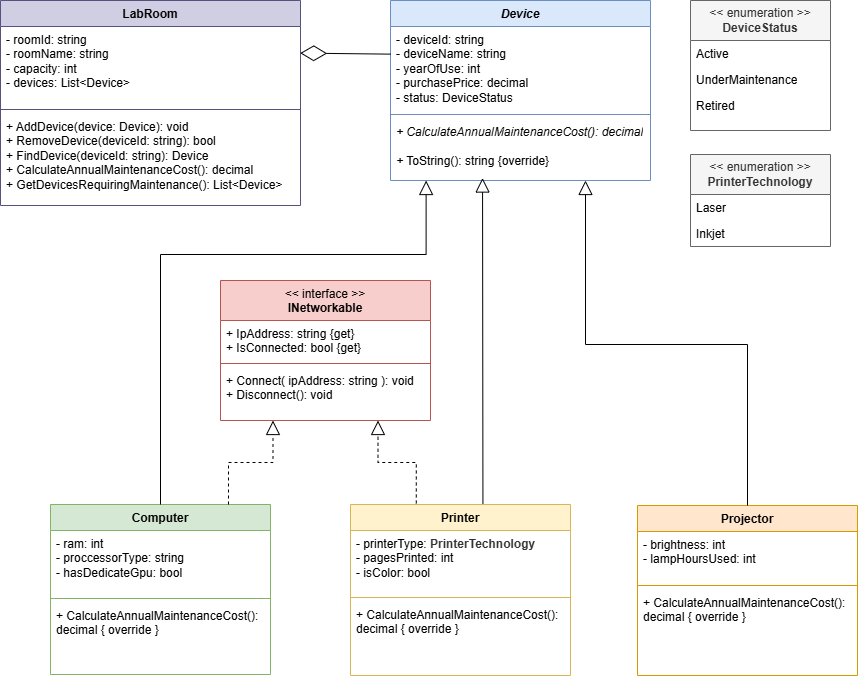
Vithx06/OOP_LAB keeps this draw.io diagram as LAB_05/UML/UML.png. Above is the earlier version. Source tidied: cells renumbered, new cells last; positions are measured from the earlier drawing's top-left corner, leaving out a move shared by most shapes.
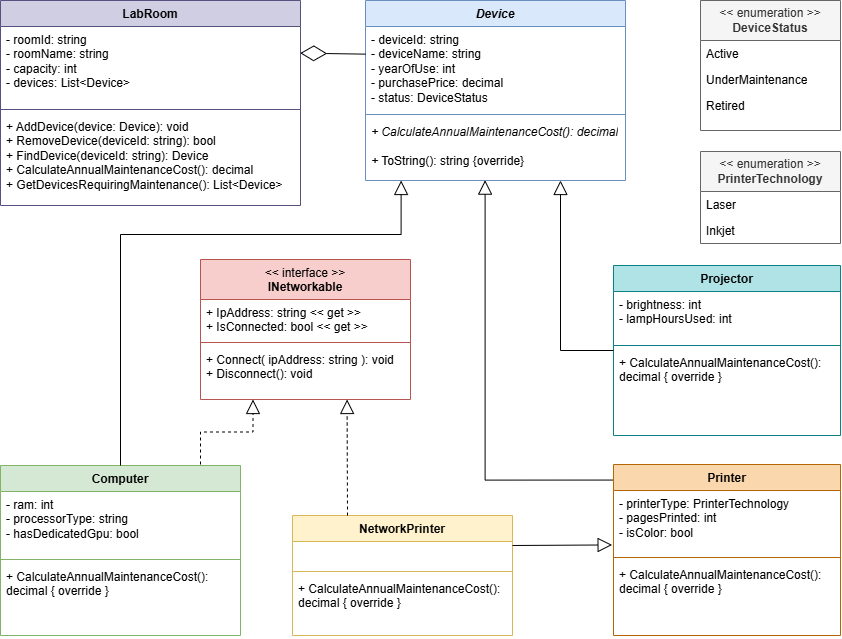
Later version of the same file.

Commit message:
Update interface and UML

Diff of the diagram source:
```diff
@@ -3,9 +3,9 @@
     <mxCell id="0" />
     <mxCell id="1" parent="0" />
     <mxCell id="2" value="&lt;i&gt;Device&lt;/i&gt;" style="swimlane;fontStyle=1;align=center;verticalAlign=top;horizontal=1;startSize=26;whiteSpace=wrap;html=1;fillColor=#dae8fc;strokeColor=#6c8ebf;" parent="1" vertex="1">
-      <mxGeometry x="390" width="260" height="180" as="geometry" />
+      <mxGeometry x="389" width="260" height="180" as="geometry" />
     </mxCell>
-    <mxCell id="3" value="- deviceId: string&lt;div&gt;- deviceName: string&lt;/div&gt;&lt;div&gt;- yearOfUse: int&lt;/div&gt;&lt;div&gt;- purchasePrice: decimal&lt;/div&gt;&lt;div&gt;- status: DeviceStatus&lt;/div&gt;" style="text;strokeColor=none;fillColor=none;align=left;verticalAlign=top;spacingLeft=4;spacingRight=4;overflow=hidden;points=[[0,0.5],[1,0.5]];portConstraint=eastwest;whiteSpace=wrap;html=1;" parent="2" vertex="1">
+    <mxCell id="3" value="&lt;div&gt;- deviceId: string&amp;nbsp;&lt;/div&gt;&lt;div&gt;- deviceName: string&amp;nbsp;&lt;/div&gt;&lt;div&gt;- yearOfUse: int&amp;nbsp;&lt;/div&gt;&lt;div&gt;- purchasePrice: decimal&amp;nbsp;&lt;/div&gt;&lt;div&gt;- status: DeviceStatus&amp;nbsp;&lt;/div&gt;" style="text;strokeColor=none;fillColor=none;align=left;verticalAlign=top;spacingLeft=4;spacingRight=4;overflow=hidden;points=[[0,0.5],[1,0.5]];portConstraint=eastwest;whiteSpace=wrap;html=1;" parent="2" vertex="1">
       <mxGeometry y="26" width="260" height="84" as="geometry" />
     </mxCell>
     <mxCell id="4" style="line;strokeWidth=1;fillColor=none;align=left;verticalAlign=middle;spacingTop=-1;spacingLeft=3;spacingRight=3;labelPosition=right;strokeColor=inherit;" parent="2" vertex="1">
@@ -15,7 +15,7 @@
       <mxGeometry y="118" width="260" height="62" as="geometry" />
     </mxCell>
     <mxCell id="6" value="&lt;div&gt;&amp;lt;&amp;lt; enumeration &amp;gt;&amp;gt;&lt;/div&gt;&lt;div&gt;&lt;b&gt;DeviceStatus&lt;/b&gt;&lt;/div&gt;" style="swimlane;fontStyle=0;horizontal=1;startSize=40;fillColor=#f5f5f5;whiteSpace=wrap;html=1;fontColor=#333333;strokeColor=#666666;" parent="1" vertex="1">
-      <mxGeometry x="690" width="140" height="130" as="geometry" />
+      <mxGeometry x="724" width="140" height="130" as="geometry" />
     </mxCell>
     <mxCell id="7" value="Active" style="text;strokeColor=none;fillColor=none;align=left;verticalAlign=top;spacingLeft=4;spacingRight=4;overflow=hidden;whiteSpace=wrap;html=1;" parent="6" vertex="1">
       <mxGeometry y="40" width="140" height="26" as="geometry" />
@@ -27,19 +27,19 @@
       <mxGeometry y="92" width="140" height="38" as="geometry" />
     </mxCell>
     <mxCell id="10" value="Computer" style="swimlane;fontStyle=1;align=center;verticalAlign=top;horizontal=1;startSize=26;whiteSpace=wrap;html=1;fillColor=#d5e8d4;strokeColor=#82b366;" parent="1" vertex="1">
-      <mxGeometry x="50" y="504" width="220" height="170" as="geometry" />
+      <mxGeometry x="24" y="465" width="240" height="170" as="geometry" />
     </mxCell>
-    <mxCell id="11" value="- ram: int&lt;div&gt;- proccessorType: string&lt;/div&gt;&lt;div&gt;- hasDedicateGpu: bool&lt;/div&gt;" style="text;strokeColor=none;fillColor=none;align=left;verticalAlign=top;spacingLeft=4;spacingRight=4;overflow=hidden;whiteSpace=wrap;html=1;" parent="10" vertex="1">
-      <mxGeometry y="26" width="220" height="64" as="geometry" />
+    <mxCell id="11" value="&lt;div&gt;- ram: int&amp;nbsp;&lt;/div&gt;&lt;div&gt;- processorType: string&amp;nbsp;&lt;/div&gt;&lt;div&gt;- hasDedicatedGpu: bool&amp;nbsp;&lt;/div&gt;" style="text;strokeColor=none;fillColor=none;align=left;verticalAlign=top;spacingLeft=4;spacingRight=4;overflow=hidden;whiteSpace=wrap;html=1;" parent="10" vertex="1">
+      <mxGeometry y="26" width="240" height="64" as="geometry" />
     </mxCell>
     <mxCell id="12" style="line;strokeWidth=1;fillColor=none;align=left;verticalAlign=middle;spacingTop=-1;spacingLeft=3;spacingRight=3;labelPosition=right;strokeColor=inherit;" parent="10" vertex="1">
-      <mxGeometry y="90" width="220" height="8" as="geometry" />
+      <mxGeometry y="90" width="240" height="8" as="geometry" />
     </mxCell>
     <mxCell id="13" value="+&amp;nbsp;CalculateAnnualMaintenanceCost(): decimal { override }" style="text;strokeColor=none;fillColor=none;align=left;verticalAlign=top;spacingLeft=4;spacingRight=4;overflow=hidden;whiteSpace=wrap;html=1;" parent="10" vertex="1">
-      <mxGeometry y="98" width="220" height="72" as="geometry" />
+      <mxGeometry y="98" width="240" height="72" as="geometry" />
     </mxCell>
     <mxCell id="14" value="&lt;div&gt;&amp;lt;&amp;lt; enumeration &amp;gt;&amp;gt;&lt;/div&gt;&lt;div&gt;&lt;b&gt;PrinterTechnology&lt;/b&gt;&lt;/div&gt;" style="swimlane;fontStyle=0;horizontal=1;startSize=40;fillColor=#f5f5f5;whiteSpace=wrap;html=1;fontColor=#333333;strokeColor=#666666;" parent="1" vertex="1">
-      <mxGeometry x="690" y="154" width="140" height="92" as="geometry" />
+      <mxGeometry x="724" y="151" width="140" height="92" as="geometry" />
     </mxCell>
     <mxCell id="15" value="Laser" style="text;strokeColor=none;fillColor=none;align=left;verticalAlign=top;spacingLeft=4;spacingRight=4;overflow=hidden;whiteSpace=wrap;html=1;" parent="14" vertex="1">
       <mxGeometry y="40" width="140" height="26" as="geometry" />
@@ -47,25 +47,25 @@
     <mxCell id="16" value="Inkjet" style="text;strokeColor=none;fillColor=none;align=left;verticalAlign=top;spacingLeft=4;spacingRight=4;overflow=hidden;whiteSpace=wrap;html=1;" parent="14" vertex="1">
       <mxGeometry y="66" width="140" height="26" as="geometry" />
     </mxCell>
-    <mxCell id="17" value="Projector" style="swimlane;fontStyle=1;align=center;verticalAlign=top;horizontal=1;startSize=26;whiteSpace=wrap;html=1;fillColor=#ffe6cc;strokeColor=#d79b00;" parent="1" vertex="1">
-      <mxGeometry x="637" y="505" width="220" height="170" as="geometry" />
+    <mxCell id="17" value="Projector" style="swimlane;fontStyle=1;align=center;verticalAlign=top;horizontal=1;startSize=26;whiteSpace=wrap;html=1;fillColor=#b0e3e6;strokeColor=#0e8088;" parent="1" vertex="1">
+      <mxGeometry x="637" y="265" width="227" height="170" as="geometry" />
     </mxCell>
-    <mxCell id="18" value="- brightness: int&lt;div&gt;- lampHoursUsed: int&lt;/div&gt;" style="text;strokeColor=none;fillColor=none;align=left;verticalAlign=top;spacingLeft=4;spacingRight=4;overflow=hidden;whiteSpace=wrap;html=1;" parent="17" vertex="1">
-      <mxGeometry y="26" width="220" height="50" as="geometry" />
+    <mxCell id="18" value="&lt;div&gt;- brightness: int&lt;/div&gt;&lt;div&gt;- lampHoursUsed: int&lt;/div&gt;" style="text;strokeColor=none;fillColor=none;align=left;verticalAlign=top;spacingLeft=4;spacingRight=4;overflow=hidden;whiteSpace=wrap;html=1;" parent="17" vertex="1">
+      <mxGeometry y="26" width="227" height="50" as="geometry" />
     </mxCell>
     <mxCell id="19" style="line;strokeWidth=1;fillColor=none;align=left;verticalAlign=middle;spacingTop=-1;spacingLeft=3;spacingRight=3;labelPosition=right;strokeColor=inherit;" parent="17" vertex="1">
-      <mxGeometry y="76" width="220" height="8" as="geometry" />
+      <mxGeometry y="76" width="227" height="8" as="geometry" />
     </mxCell>
     <mxCell id="20" value="+ CalculateAnnualMaintenanceCost(): decimal { override }" style="text;strokeColor=none;fillColor=none;align=left;verticalAlign=top;spacingLeft=4;spacingRight=4;overflow=hidden;whiteSpace=wrap;html=1;" parent="17" vertex="1">
-      <mxGeometry y="84" width="220" height="86" as="geometry" />
+      <mxGeometry y="84" width="227" height="86" as="geometry" />
     </mxCell>
-    <mxCell id="21" style="endArrow=block;endFill=0;endSize=12;html=1;rounded=0;exitX=0.602;exitY=0.01;exitDx=0;exitDy=0;exitPerimeter=0;entryX=0.354;entryY=0.96;entryDx=0;entryDy=0;entryPerimeter=0;" parent="1" edge="1" source="27" target="5">
-      <mxGeometry relative="1" as="geometry" />
+    <mxCell id="21" style="endArrow=block;endFill=0;endSize=12;html=1;rounded=0;exitX=0;exitY=0.091;exitDx=0;exitDy=0;entryX=0.46;entryY=0.994;entryDx=0;entryDy=0;entryPerimeter=0;edgeStyle=orthogonalEdgeStyle;exitPerimeter=0;" parent="1" edge="1" source="27" target="5">
+      <mxGeometry x="-0.06" relative="1" as="geometry" />
     </mxCell>
     <mxCell id="22" value="LabRoom" style="swimlane;fontStyle=1;align=center;verticalAlign=top;horizontal=1;startSize=26;whiteSpace=wrap;html=1;fillColor=#d0cee2;strokeColor=#56517e;" parent="1" vertex="1">
-      <mxGeometry width="300" height="205" as="geometry" />
+      <mxGeometry x="24" width="300" height="205" as="geometry" />
     </mxCell>
-    <mxCell id="23" value="- roomId: string&lt;div&gt;- roomName: string&lt;/div&gt;&lt;div&gt;- capacity: int&lt;/div&gt;&lt;div&gt; - devices: List&amp;lt;Device&amp;gt; &lt;/div&gt;" style="text;strokeColor=none;fillColor=none;align=left;verticalAlign=top;spacingLeft=4;spacingRight=4;overflow=hidden;points=[[0,0.5],[1,0.5]];portConstraint=eastwest;whiteSpace=wrap;html=1;" parent="22" vertex="1">
+    <mxCell id="23" value="&lt;div&gt;- roomId: string&amp;nbsp;&lt;/div&gt;&lt;div&gt;- roomName: string&amp;nbsp;&lt;/div&gt;&lt;div&gt;- capacity: int&amp;nbsp;&lt;/div&gt;&lt;div&gt;- devices: List&amp;lt;Device&amp;gt;&amp;nbsp;&lt;/div&gt;" style="text;strokeColor=none;fillColor=none;align=left;verticalAlign=top;spacingLeft=4;spacingRight=4;overflow=hidden;points=[[0,0.5],[1,0.5]];portConstraint=eastwest;whiteSpace=wrap;html=1;" parent="22" vertex="1">
       <mxGeometry y="26" width="300" height="79" as="geometry" />
     </mxCell>
     <mxCell id="24" style="line;strokeWidth=1;fillColor=none;align=left;verticalAlign=middle;spacingTop=-1;spacingLeft=3;spacingRight=3;labelPosition=right;strokeColor=inherit;" parent="22" vertex="1">
@@ -77,28 +77,27 @@
     <mxCell id="26" style="endArrow=diamondThin;endFill=0;endSize=24;html=1;rounded=0;exitX=0;exitY=0.329;exitDx=0;exitDy=0;entryX=0.999;entryY=0.337;entryDx=0;entryDy=0;exitPerimeter=0;entryPerimeter=0;" parent="1" edge="1" source="3" target="23">
       <mxGeometry relative="1" as="geometry" />
     </mxCell>
-    <mxCell id="27" value="Printer" style="swimlane;fontStyle=1;align=center;verticalAlign=top;horizontal=1;startSize=26;whiteSpace=wrap;html=1;fillColor=#fff2cc;strokeColor=#d6b656;" parent="1" vertex="1">
-      <mxGeometry x="350" y="504" width="220" height="171" as="geometry" />
+    <mxCell id="27" value="Printer" style="swimlane;fontStyle=1;align=center;verticalAlign=top;horizontal=1;startSize=26;whiteSpace=wrap;html=1;fillColor=#fad7ac;strokeColor=#b46504;" parent="1" vertex="1">
+      <mxGeometry x="637" y="464" width="227" height="171" as="geometry" />
     </mxCell>
-    <mxCell id="28" value="- printerType:&amp;nbsp;&lt;b style=&quot;color: rgb(51, 51, 51); text-align: center;&quot;&gt;PrinterTechnology&lt;/b&gt;&lt;div&gt;- pagesPrinted: int&lt;/div&gt;&lt;div&gt;- isColor: bool&lt;/div&gt;" style="text;strokeColor=none;fillColor=none;align=left;verticalAlign=top;spacingLeft=4;spacingRight=4;overflow=hidden;points=[[0,0.5],[1,0.5]];portConstraint=eastwest;whiteSpace=wrap;html=1;" parent="27" vertex="1">
-      <mxGeometry y="26" width="220" height="63" as="geometry" />
+    <mxCell id="28" value="&lt;div&gt;- printerType: PrinterTechnology&amp;nbsp;&lt;/div&gt;&lt;div&gt;- pagesPrinted: int&amp;nbsp;&lt;/div&gt;&lt;div&gt;- isColor: bool&amp;nbsp;&lt;/div&gt;" style="text;strokeColor=none;fillColor=none;align=left;verticalAlign=top;spacingLeft=4;spacingRight=4;overflow=hidden;points=[[0,0.5],[1,0.5]];portConstraint=eastwest;whiteSpace=wrap;html=1;" parent="27" vertex="1">
+      <mxGeometry y="26" width="227" height="63" as="geometry" />
     </mxCell>
     <mxCell id="29" style="line;strokeWidth=1;fillColor=none;align=left;verticalAlign=middle;spacingTop=-1;spacingLeft=3;spacingRight=3;labelPosition=right;strokeColor=inherit;" parent="27" vertex="1">
-      <mxGeometry y="89" width="220" height="8" as="geometry" />
+      <mxGeometry y="89" width="227" height="8" as="geometry" />
     </mxCell>
     <mxCell id="30" value="+ CalculateAnnualMaintenanceCost(): decimal { override }" style="text;strokeColor=none;fillColor=none;align=left;verticalAlign=top;spacingLeft=4;spacingRight=4;overflow=hidden;whiteSpace=wrap;html=1;" parent="27" vertex="1">
-      <mxGeometry y="97" width="220" height="74" as="geometry" />
+      <mxGeometry y="97" width="227" height="74" as="geometry" />
     </mxCell>
-    <mxCell id="31" style="endArrow=block;dashed=1;endFill=0;endSize=12;html=1;rounded=0;exitX=0.809;exitY=0;exitDx=0;exitDy=0;entryX=0.25;entryY=1;entryDx=0;entryDy=0;edgeStyle=orthogonalEdgeStyle;exitPerimeter=0;" parent="1" edge="1" source="10" target="33">
-      <mxGeometry x="-0.08" relative="1" as="geometry" />
+    <mxCell id="31" style="endArrow=block;dashed=1;endFill=0;endSize=12;html=1;rounded=0;entryX=0.25;entryY=1;entryDx=0;entryDy=0;edgeStyle=orthogonalEdgeStyle;" parent="1" edge="1" target="33">
+      <mxGeometry x="-0.08" relative="1" as="geometry">
+        <mxPoint x="224" y="464" as="sourcePoint" />
+      </mxGeometry>
     </mxCell>
-    <mxCell id="32" style="endArrow=block;dashed=1;endFill=0;endSize=12;html=1;rounded=0;exitX=0.299;exitY=-0.006;exitDx=0;exitDy=0;entryX=0.75;entryY=1;entryDx=0;entryDy=0;edgeStyle=orthogonalEdgeStyle;exitPerimeter=0;" parent="1" edge="1" source="27" target="33">
-      <mxGeometry x="0.03" relative="1" as="geometry" />
-    </mxCell>
     <mxCell id="33" value="&lt;span style=&quot;font-weight: normal;&quot;&gt;&amp;lt;&amp;lt; interface &amp;gt;&amp;gt;&lt;/span&gt;&lt;div&gt;INetworkable&lt;br&gt;&lt;div&gt;&lt;br&gt;&lt;/div&gt;&lt;/div&gt;" style="swimlane;fontStyle=1;align=center;verticalAlign=top;horizontal=1;startSize=40;whiteSpace=wrap;html=1;fillColor=#f8cecc;strokeColor=#b85450;" parent="1" vertex="1">
-      <mxGeometry x="220" y="280" width="210" height="140" as="geometry" />
+      <mxGeometry x="224" y="259" width="210" height="140" as="geometry" />
     </mxCell>
-    <mxCell id="34" value="+ IpAddress: string {get}&lt;div&gt;+ IsConnected: bool {get}&lt;br&gt;&lt;div&gt;&lt;br&gt;&lt;/div&gt;&lt;/div&gt;" style="text;strokeColor=none;fillColor=none;align=left;verticalAlign=top;spacingLeft=4;spacingRight=4;overflow=hidden;whiteSpace=wrap;html=1;" parent="33" vertex="1">
+    <mxCell id="34" value="+ IpAddress: string &amp;lt;&amp;lt; get &amp;gt;&amp;gt;&lt;div&gt;+ IsConnected: bool &amp;lt;&amp;lt; get &amp;gt;&amp;gt;&lt;br&gt;&lt;div&gt;&lt;br&gt;&lt;/div&gt;&lt;/div&gt;" style="text;strokeColor=none;fillColor=none;align=left;verticalAlign=top;spacingLeft=4;spacingRight=4;overflow=hidden;whiteSpace=wrap;html=1;" parent="33" vertex="1">
       <mxGeometry y="40" width="210" height="39" as="geometry" />
     </mxCell>
     <mxCell id="35" style="line;strokeWidth=1;fillColor=none;align=left;verticalAlign=middle;spacingTop=-1;spacingLeft=3;spacingRight=3;labelPosition=right;strokeColor=inherit;" parent="33" vertex="1">
@@ -107,21 +106,34 @@
     <mxCell id="36" value="+ Connect( ipAddress: string ): void&lt;div&gt;+ Disconnect(): void&lt;/div&gt;" style="text;strokeColor=none;fillColor=none;align=left;verticalAlign=top;spacingLeft=4;spacingRight=4;overflow=hidden;points=[[0,0.5],[1,0.5]];portConstraint=eastwest;whiteSpace=wrap;html=1;" parent="33" vertex="1">
       <mxGeometry y="87" width="210" height="53" as="geometry" />
     </mxCell>
-    <mxCell id="37" style="endArrow=block;endFill=0;endSize=12;html=1;rounded=0;exitX=0.5;exitY=0;exitDx=0;exitDy=0;entryX=0.75;entryY=1;entryDx=0;entryDy=0;edgeStyle=orthogonalEdgeStyle;" parent="1" edge="1" source="17" target="2">
-      <mxGeometry x="-0.26" relative="1" as="geometry">
-        <Array as="points">
-          <mxPoint x="747" y="344" />
-          <mxPoint x="585" y="344" />
-        </Array>
-      </mxGeometry>
+    <mxCell id="37" style="endArrow=block;endFill=0;endSize=12;html=1;rounded=0;exitX=0;exitY=0.5;exitDx=0;exitDy=0;entryX=0.75;entryY=1;entryDx=0;entryDy=0;edgeStyle=orthogonalEdgeStyle;" parent="1" edge="1" source="17" target="2">
+      <mxGeometry x="0.36" relative="1" as="geometry" />
     </mxCell>
     <mxCell id="38" style="endArrow=block;endFill=0;endSize=12;html=1;rounded=0;exitX=0.5;exitY=0;exitDx=0;exitDy=0;entryX=0.137;entryY=1;entryDx=0;entryDy=0;entryPerimeter=0;edgeStyle=orthogonalEdgeStyle;" parent="1" edge="1" source="10" target="5">
       <mxGeometry x="-0.03" relative="1" as="geometry">
         <Array as="points">
-          <mxPoint x="160" y="254" />
-          <mxPoint x="425.6" y="254" />
+          <mxPoint x="144" y="234" />
+          <mxPoint x="424.6" y="234" />
         </Array>
       </mxGeometry>
     </mxCell>
+    <mxCell id="39" value="NetworkPrinter" style="swimlane;fontStyle=1;align=center;verticalAlign=top;horizontal=1;startSize=26;whiteSpace=wrap;html=1;fillColor=#fff2cc;strokeColor=#d6b656;" parent="1" vertex="1">
+      <mxGeometry x="316" y="515" width="220" height="120" as="geometry" />
+    </mxCell>
+    <mxCell id="40" value="&amp;nbsp;" style="text;strokeColor=none;fillColor=none;align=left;verticalAlign=top;spacingLeft=4;spacingRight=4;overflow=hidden;whiteSpace=wrap;html=1;" parent="39" vertex="1">
+      <mxGeometry y="26" width="220" height="26" as="geometry" />
+    </mxCell>
+    <mxCell id="41" style="line;strokeWidth=1;fillColor=none;align=left;verticalAlign=middle;spacingTop=-1;spacingLeft=3;spacingRight=3;labelPosition=right;strokeColor=inherit;" parent="39" vertex="1">
+      <mxGeometry y="52" width="220" height="8" as="geometry" />
+    </mxCell>
+    <mxCell id="42" value="+ CalculateAnnualMaintenanceCost():&amp;nbsp; decimal { override }" style="text;strokeColor=none;fillColor=none;align=left;verticalAlign=top;spacingLeft=4;spacingRight=4;overflow=hidden;whiteSpace=wrap;html=1;" parent="39" vertex="1">
+      <mxGeometry y="60" width="220" height="60" as="geometry" />
+    </mxCell>
+    <mxCell id="43" style="endArrow=block;dashed=1;endFill=0;endSize=12;html=1;rounded=0;exitX=0.25;exitY=0;exitDx=0;exitDy=0;entryX=0.698;entryY=1;entryDx=0;entryDy=0;entryPerimeter=0;" parent="1" edge="1" source="39" target="36">
+      <mxGeometry x="0.07" relative="1" as="geometry" />
+    </mxCell>
+    <mxCell id="44" style="endArrow=block;endFill=0;endSize=12;html=1;rounded=0;exitX=1;exitY=0.25;exitDx=0;exitDy=0;entryX=-0.006;entryY=0.864;entryDx=0;entryDy=0;entryPerimeter=0;" parent="1" edge="1" source="39" target="28">
+      <mxGeometry relative="1" as="geometry" />
+    </mxCell>
   </root>
 </mxGraphModel>
```
